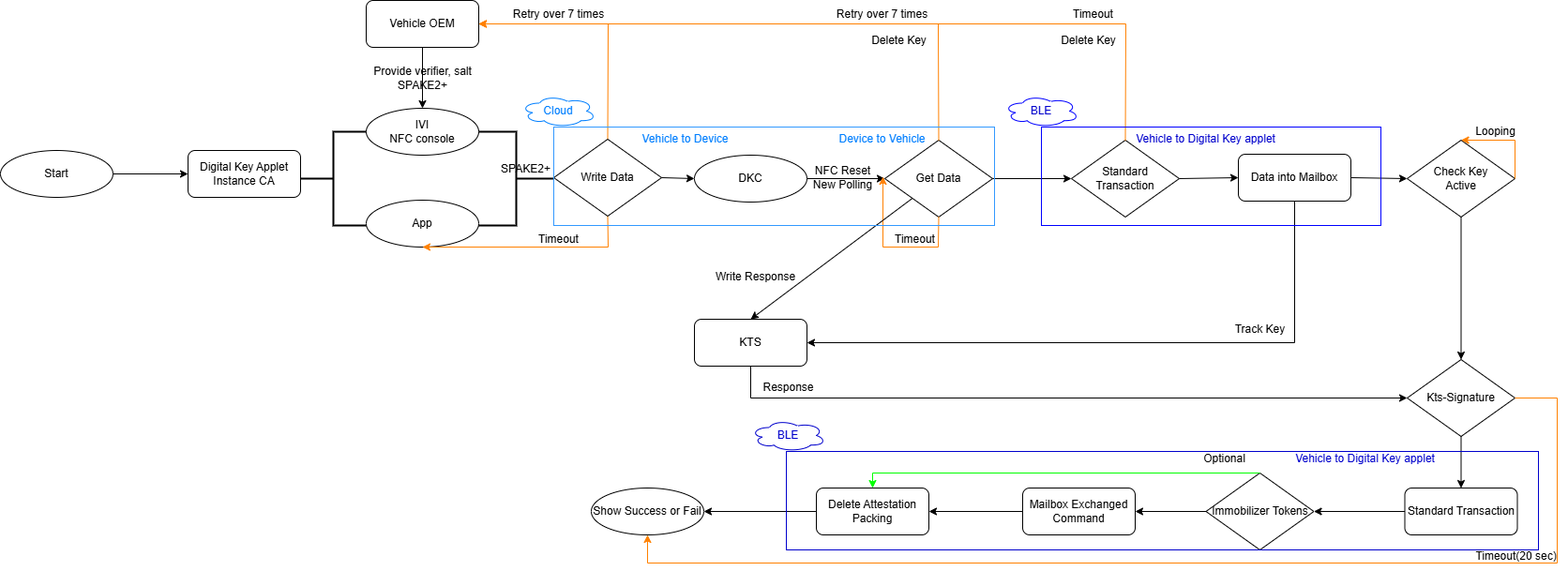
This is Present_OwnerParing.drawio.png from LaurenHsu31/DKC, a draw.io export, as it was before one commit. Source tidied: cells renumbered, new cells last; positions are measured from the earlier drawing's top-left corner, leaving out a move shared by most shapes.
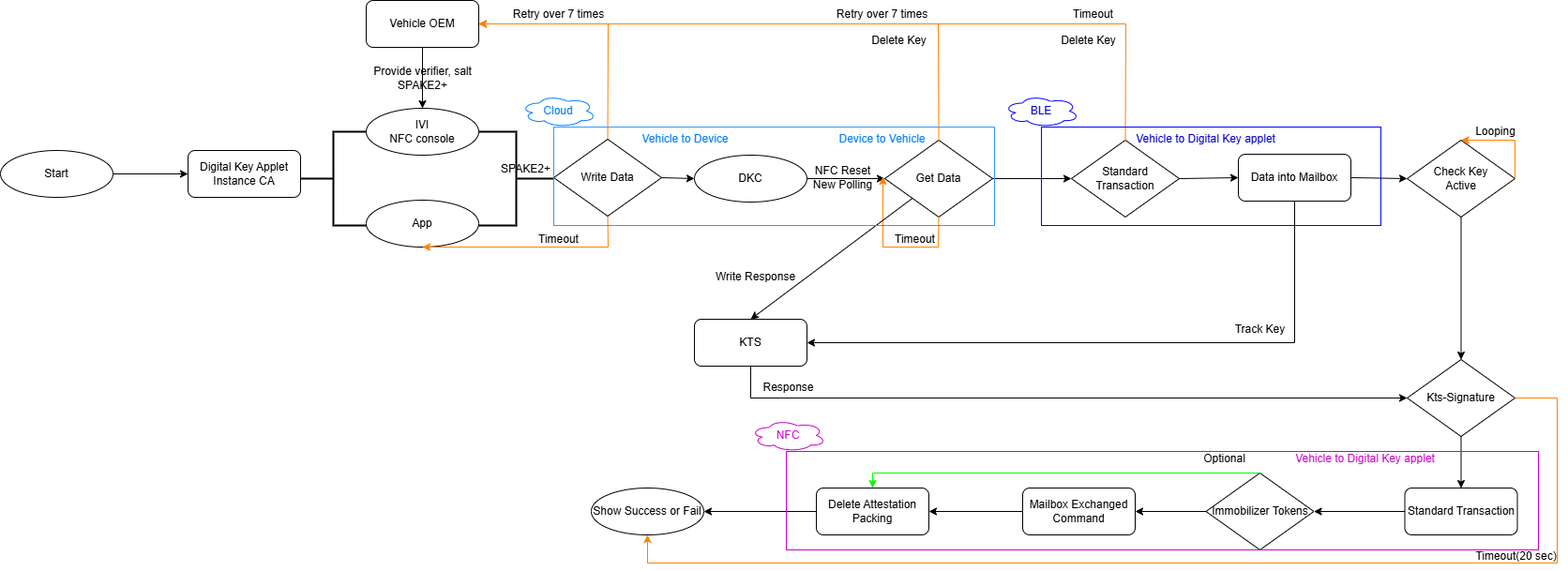
The same file after the commit.

Diff of the diagram source:
```diff
@@ -240,10 +240,10 @@
     <mxCell id="66" value="&lt;font style=&quot;color: rgb(0, 0, 204);&quot;&gt;Vehicle to Digital Key applet&lt;/font&gt;" style="text;html=1;align=center;verticalAlign=middle;strokeColor=none;fillColor=none;" parent="1" vertex="1">
       <mxGeometry x="1200" y="133" width="170" height="30" as="geometry" />
     </mxCell>
-    <mxCell id="67" style="rounded=0;whiteSpace=wrap;html=1;fillColor=none;strokeColor=#0000CC;" parent="1" vertex="1">
+    <mxCell id="67" style="rounded=0;whiteSpace=wrap;html=1;fillColor=none;strokeColor=#CC00CC;" parent="1" vertex="1">
       <mxGeometry x="838" y="481" width="802" height="105" as="geometry" />
     </mxCell>
-    <mxCell id="68" value="&lt;font style=&quot;color: rgb(0, 0, 204);&quot;&gt;Vehicle to Digital Key applet&lt;/font&gt;" style="text;html=1;align=center;verticalAlign=middle;strokeColor=none;fillColor=none;" parent="1" vertex="1">
+    <mxCell id="68" value="&lt;font style=&quot;color: rgb(204, 0, 204);&quot;&gt;Vehicle to Digital Key applet&lt;/font&gt;" style="text;html=1;align=center;verticalAlign=middle;strokeColor=none;fillColor=none;" parent="1" vertex="1">
       <mxGeometry x="1370" y="474" width="170" height="30" as="geometry" />
     </mxCell>
     <mxCell id="69" value="&lt;font style=&quot;color: rgb(0, 127, 255);&quot;&gt;Cloud&lt;/font&gt;" style="ellipse;shape=cloud;whiteSpace=wrap;html=1;strokeColor=#007FFF;" parent="1" vertex="1">
@@ -252,7 +252,7 @@
     <mxCell id="70" value="&lt;font style=&quot;color: rgb(0, 0, 204);&quot;&gt;BLE&lt;/font&gt;" style="ellipse;shape=cloud;whiteSpace=wrap;html=1;strokeColor=#0000FF;" parent="1" vertex="1">
       <mxGeometry x="1070" y="101" width="80" height="34" as="geometry" />
     </mxCell>
-    <mxCell id="71" value="&lt;font style=&quot;color: rgb(0, 0, 204);&quot;&gt;BLE&lt;/font&gt;" style="ellipse;shape=cloud;whiteSpace=wrap;html=1;strokeColor=#0000CC;" parent="1" vertex="1">
+    <mxCell id="71" value="&lt;font style=&quot;color: rgb(204, 0, 204);&quot;&gt;NFC&lt;/font&gt;" style="ellipse;shape=cloud;whiteSpace=wrap;html=1;strokeColor=#CC00CC;" parent="1" vertex="1">
       <mxGeometry x="800" y="447" width="80" height="34" as="geometry" />
     </mxCell>
   </root>
```
